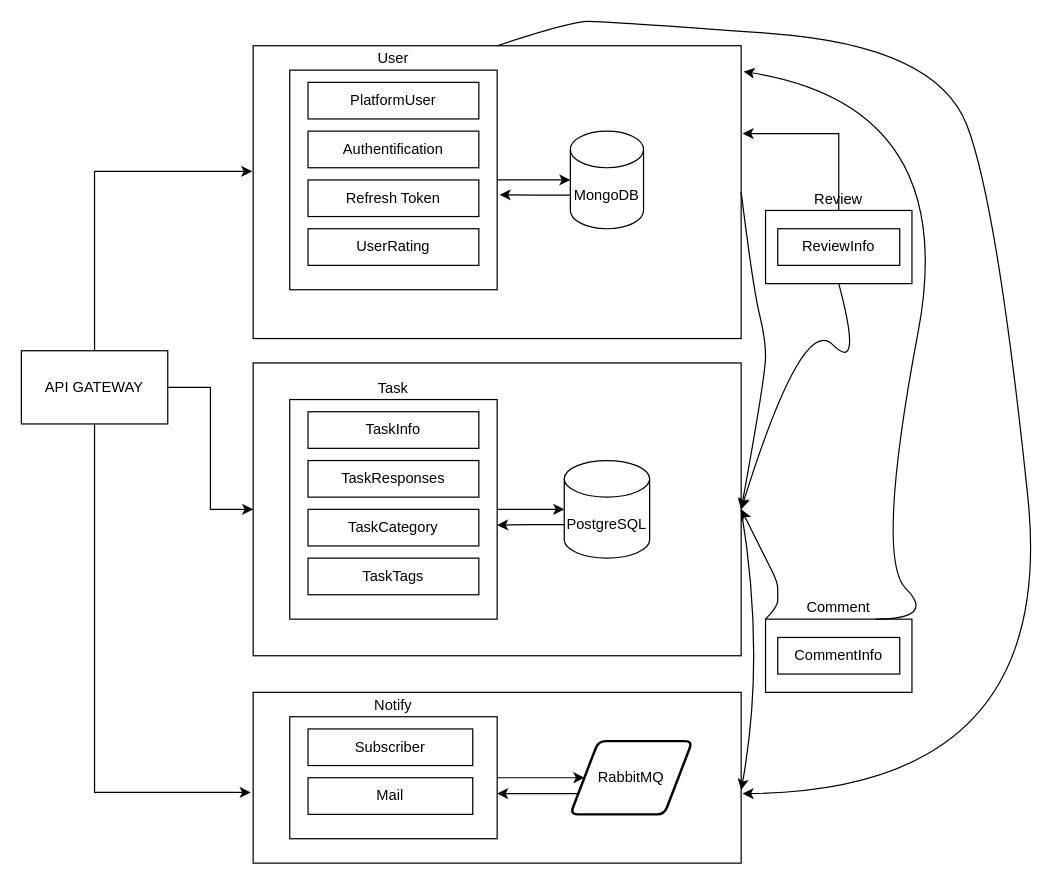
The draw.io diagram specification.drawio in elistratovamaria/1756717-taskforce-3, before the edit. Source tidied: cells renumbered, new cells numbered last; positions are measured from the earlier drawing's top-left corner, leaving out a move shared by most shapes. Both pictures are drawn from the tidied source at 122%, with x=0, y=0 at pixel (21, 21).
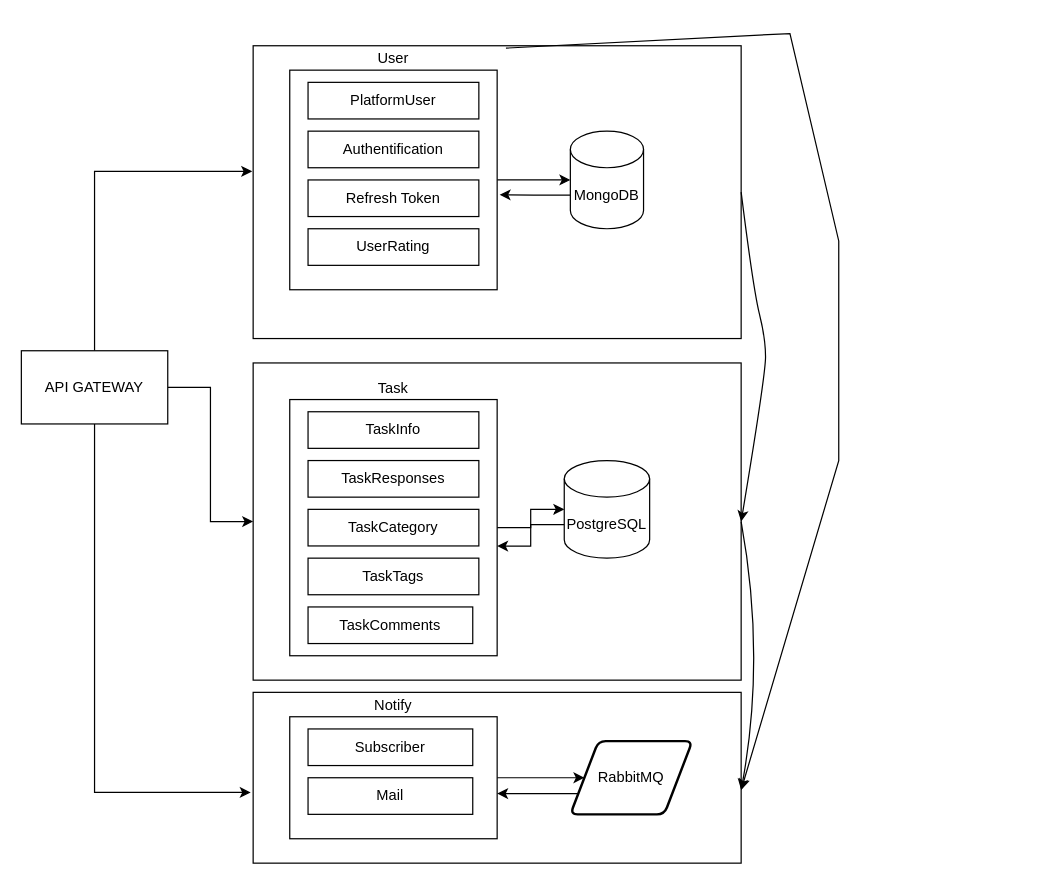
The same diagram, later.

Unchanged cells that the change refers to:
```xml
<mxCell id="3" style="rounded=0;whiteSpace=wrap;html=1;" parent="1" vertex="1">
  <mxGeometry x="190" y="20" width="400" height="240" as="geometry" />
</mxCell>
<mxCell id="24" style="rounded=0;whiteSpace=wrap;html=1;" parent="1" vertex="1">
  <mxGeometry x="190" y="550" width="400" height="140" as="geometry" />
</mxCell>
```

Diff of the diagram source:
```diff
@@
     <mxCell id="2" style="rounded=0;whiteSpace=wrap;html=1;" parent="1" vertex="1">
-      <mxGeometry x="190" y="280" width="400" height="240" as="geometry" />
+      <mxGeometry x="190" y="280" width="400" height="260" as="geometry" />
     </mxCell>
@@
     <mxCell id="17" value="Task" style="rounded=0;whiteSpace=wrap;html=1;labelPosition=center;verticalLabelPosition=top;align=center;verticalAlign=bottom;" parent="1" vertex="1">
-      <mxGeometry x="220" y="310" width="170" height="180" as="geometry" />
+      <mxGeometry x="220" y="310" width="170" height="210" as="geometry" />
     </mxCell>
@@
-    <mxCell id="31" style="edgeStyle=orthogonalEdgeStyle;rounded=0;jettySize=auto;html=1;exitX=0.5;exitY=0;exitDx=0;exitDy=0;entryX=1.003;entryY=0.3;entryDx=0;entryDy=0;entryPerimeter=0;" parent="1" edge="1" source="32" target="3">
-      <mxGeometry relative="1" as="geometry" />
-    </mxCell>
-    <mxCell id="32" value="Review" style="rounded=0;whiteSpace=wrap;html=1;labelPosition=center;verticalLabelPosition=top;align=center;verticalAlign=bottom;" parent="1" vertex="1">
-      <mxGeometry x="610" y="155" width="120" height="60" as="geometry" />
-    </mxCell>
-    <mxCell id="33" value="ReviewInfo" style="rounded=0;whiteSpace=wrap;html=1;" parent="1" vertex="1">
-      <mxGeometry x="620" y="170" width="100" height="30" as="geometry" />
-    </mxCell>
-    <mxCell id="34" value="Comment" style="rounded=0;whiteSpace=wrap;html=1;labelPosition=center;verticalLabelPosition=top;align=center;verticalAlign=bottom;" parent="1" vertex="1">
-      <mxGeometry x="610" y="490" width="120" height="60" as="geometry" />
-    </mxCell>
-    <mxCell id="35" value="CommentInfo" style="rounded=0;whiteSpace=wrap;html=1;" parent="1" vertex="1">
-      <mxGeometry x="620" y="505" width="100" height="30" as="geometry" />
-    </mxCell>
@@
-    <mxCell id="37" style="curved=1;endArrow=classic;html=1;rounded=0;exitX=0.5;exitY=1;exitDx=0;exitDy=0;" parent="1" edge="1" source="32">
-      <mxGeometry relative="1" as="geometry">
-        <mxPoint x="590" y="400" as="targetPoint" />
-        <Array as="points">
-          <mxPoint x="690" y="290" />
-          <mxPoint x="640" y="240" />
-        </Array>
-      </mxGeometry>
-    </mxCell>
-    <mxCell id="38" style="curved=1;endArrow=classic;html=1;rounded=0;entryX=1;entryY=0.5;entryDx=0;entryDy=0;" parent="1" edge="1" target="2">
-      <mxGeometry relative="1" as="geometry">
-        <mxPoint x="610" y="490" as="sourcePoint" />
-        <Array as="points">
-          <mxPoint x="620" y="480" />
-          <mxPoint x="620" y="470" />
-          <mxPoint x="620" y="460" />
-          <mxPoint x="610" y="440" />
-        </Array>
-      </mxGeometry>
-    </mxCell>
-    <mxCell id="39" style="curved=1;endArrow=classic;html=1;rounded=0;entryX=1.005;entryY=0.088;entryDx=0;entryDy=0;entryPerimeter=0;" parent="1" edge="1" target="3">
-      <mxGeometry relative="1" as="geometry">
-        <mxPoint x="700" y="490" as="sourcePoint" />
-        <Array as="points">
-          <mxPoint x="750" y="490" />
-          <mxPoint x="700" y="440" />
-          <mxPoint x="770" y="70" />
-        </Array>
-      </mxGeometry>
-    </mxCell>
-    <mxCell id="40" style="curved=1;endArrow=classic;html=1;rounded=0;exitX=0.5;exitY=0;exitDx=0;exitDy=0;entryX=1.003;entryY=0.593;entryDx=0;entryDy=0;entryPerimeter=0;" parent="1" edge="1" source="3" target="24">
-      <mxGeometry relative="1" as="geometry">
-        <Array as="points">
-          <mxPoint x="450" />
-          <mxPoint x="480" />
-          <mxPoint x="750" y="20" />
-          <mxPoint x="800" y="150" />
-          <mxPoint x="850" y="630" />
-        </Array>
-      </mxGeometry>
-    </mxCell>
@@
+    <mxCell id="42" style="endArrow=classic;html=1;rounded=0;exitX=0.518;exitY=0.008;exitDx=0;exitDy=0;exitPerimeter=0;" parent="1" edge="1" source="3">
+      <mxGeometry relative="1" as="geometry">
+        <mxPoint x="590" y="630" as="targetPoint" />
+        <Array as="points">
+          <mxPoint x="630" y="10" />
+          <mxPoint x="670" y="180" />
+          <mxPoint x="670" y="360" />
+        </Array>
+      </mxGeometry>
+    </mxCell>
+    <mxCell id="43" value="TaskComments" style="rounded=0;whiteSpace=wrap;html=1;" parent="1" vertex="1">
+      <mxGeometry x="235" y="480" width="135" height="30" as="geometry" />
+    </mxCell>
```
